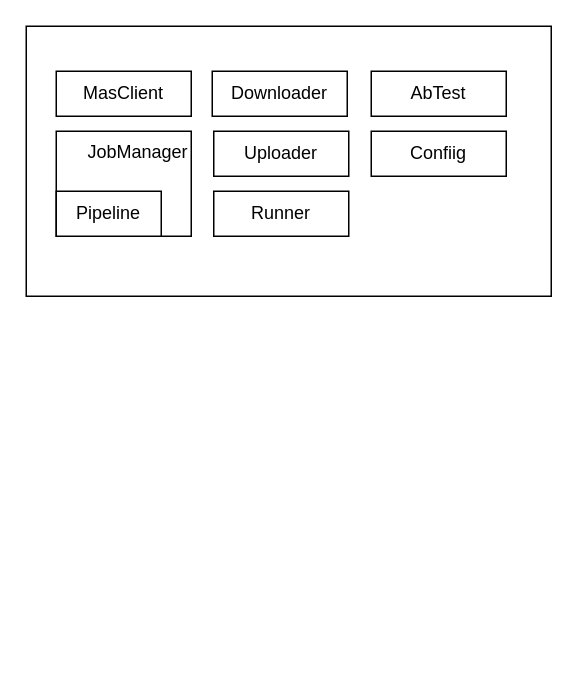
Before: page "第二层" (2 of 2) of 梧桐.drawio in zebra-min/my-design, a draw.io diagram. Source tidied: cells renumbered, new cells numbered last; positions are measured from the earlier drawing's top-left corner, leaving out a move shared by most shapes. Both pictures are drawn from the tidied source at 150%, with x=0, y=0 at pixel (26, 26).
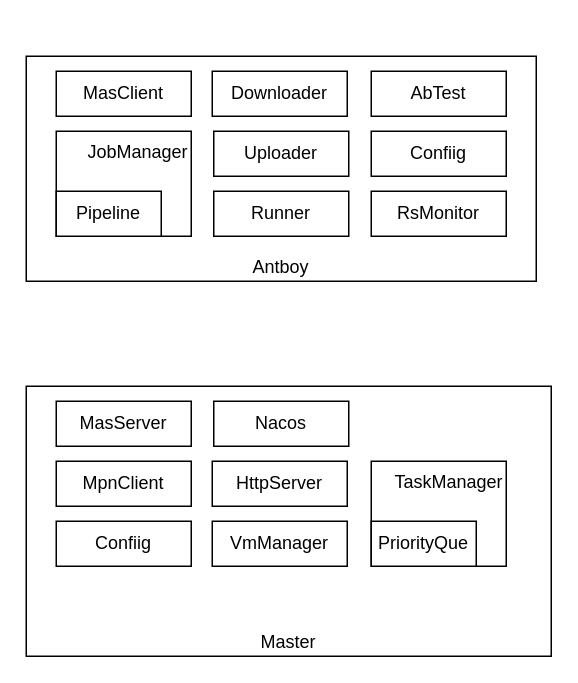
After the change.

Diff of the diagram source:
```diff
@@
-    <mxCell id="2" style="rounded=0;whiteSpace=wrap;html=1;" parent="1" vertex="1">
-      <mxGeometry width="350" height="180" as="geometry" />
+    <mxCell id="2" value="Antboy" style="rounded=0;whiteSpace=wrap;html=1;align=center;verticalAlign=bottom;" parent="1" vertex="1">
+      <mxGeometry y="20" width="340" height="150" as="geometry" />
     </mxCell>
@@
+    <mxCell id="11" value="RsMonitor" style="rounded=0;whiteSpace=wrap;html=1;" parent="1" vertex="1">
+      <mxGeometry x="230" y="110" width="90" height="30" as="geometry" />
+    </mxCell>
+    <mxCell id="12" value="Master" style="rounded=0;whiteSpace=wrap;html=1;align=center;verticalAlign=bottom;" parent="1" vertex="1">
+      <mxGeometry y="240" width="350" height="180" as="geometry" />
+    </mxCell>
+    <mxCell id="13" value="MasServer" style="rounded=0;whiteSpace=wrap;html=1;" parent="1" vertex="1">
+      <mxGeometry x="20" y="250" width="90" height="30" as="geometry" />
+    </mxCell>
+    <mxCell id="14" value="Confiig" style="rounded=0;whiteSpace=wrap;html=1;" parent="1" vertex="1">
+      <mxGeometry x="20" y="330" width="90" height="30" as="geometry" />
+    </mxCell>
+    <mxCell id="15" value="MpnClient" style="rounded=0;whiteSpace=wrap;html=1;" parent="1" vertex="1">
+      <mxGeometry x="20" y="290" width="90" height="30" as="geometry" />
+    </mxCell>
+    <mxCell id="16" value="Nacos" style="rounded=0;whiteSpace=wrap;html=1;" parent="1" vertex="1">
+      <mxGeometry x="125" y="250" width="90" height="30" as="geometry" />
+    </mxCell>
+    <mxCell id="17" value="HttpServer" style="rounded=0;whiteSpace=wrap;html=1;" parent="1" vertex="1">
+      <mxGeometry x="124" y="290" width="90" height="30" as="geometry" />
+    </mxCell>
+    <mxCell id="18" value="VmManager" style="rounded=0;whiteSpace=wrap;html=1;" parent="1" vertex="1">
+      <mxGeometry x="124" y="330" width="90" height="30" as="geometry" />
+    </mxCell>
+    <mxCell id="19" value="TaskManager" style="rounded=0;whiteSpace=wrap;html=1;horizontal=1;align=right;verticalAlign=top;" parent="1" vertex="1">
+      <mxGeometry x="230" y="290" width="90" height="70" as="geometry" />
+    </mxCell>
+    <mxCell id="20" value="PriorityQue" style="rounded=0;whiteSpace=wrap;html=1;" parent="1" vertex="1">
+      <mxGeometry x="230" y="330" width="70" height="30" as="geometry" />
+    </mxCell>
```
